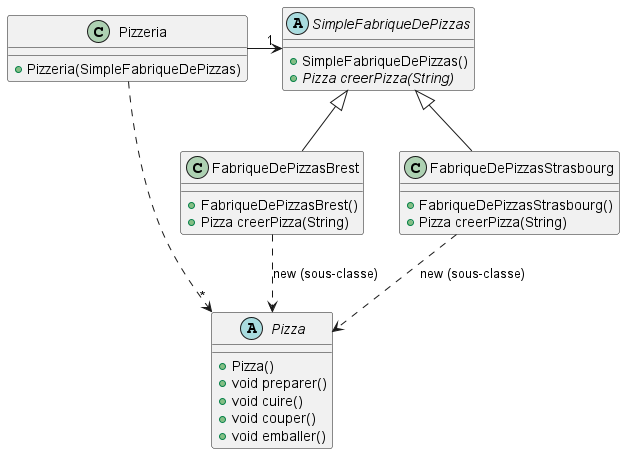
Above: images/PizzeriaAbstraiteDepart.png in IUT-Blagnac/cpoa (PlantUML), before the change. Source of this version:
```plantuml
@startuml


abstract Pizza

class Pizzeria {
    + Pizzeria(SimpleFabriqueDePizzas)
}

abstract class SimpleFabriqueDePizzas {
    + SimpleFabriqueDePizzas()
    + Pizza {abstract} creerPizza(String)
}
class FabriqueDePizzasBrest
class FabriqueDePizzasStrasbourg


Pizzeria  ..>  "*" Pizza


Pizzeria -> "1" SimpleFabriqueDePizzas




SimpleFabriqueDePizzas <|-- FabriqueDePizzasBrest
FabriqueDePizzasBrest : + FabriqueDePizzasBrest()
FabriqueDePizzasBrest : + Pizza creerPizza(String)

SimpleFabriqueDePizzas <|-- FabriqueDePizzasStrasbourg
FabriqueDePizzasStrasbourg : + FabriqueDePizzasStrasbourg()
FabriqueDePizzasStrasbourg : + Pizza creerPizza(String)

FabriqueDePizzasBrest ..>  Pizza:new (sous-classe)
FabriqueDePizzasStrasbourg ..>  Pizza:new (sous-classe)

Pizza : + Pizza()
Pizza : + void preparer()
Pizza : + void cuire()
Pizza : + void couper()
Pizza : + void emballer()

@enduml
```
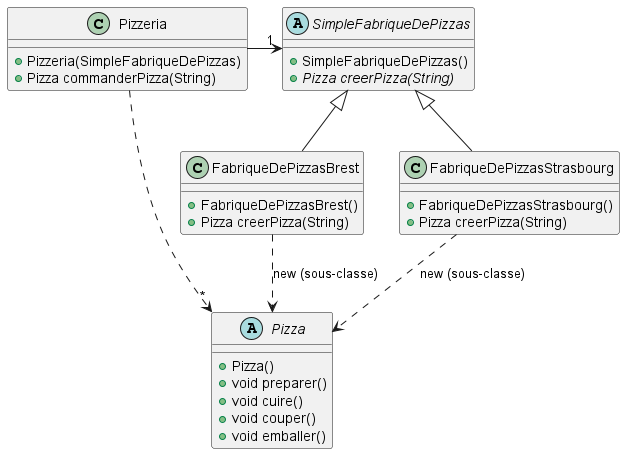
After the commit.

Diff of the diagram source:
```diff
@@ -5,6 +5,7 @@
 
 class Pizzeria {
     + Pizzeria(SimpleFabriqueDePizzas)
+    + Pizza commanderPizza(String)
 }
 
 abstract class SimpleFabriqueDePizzas {
```
